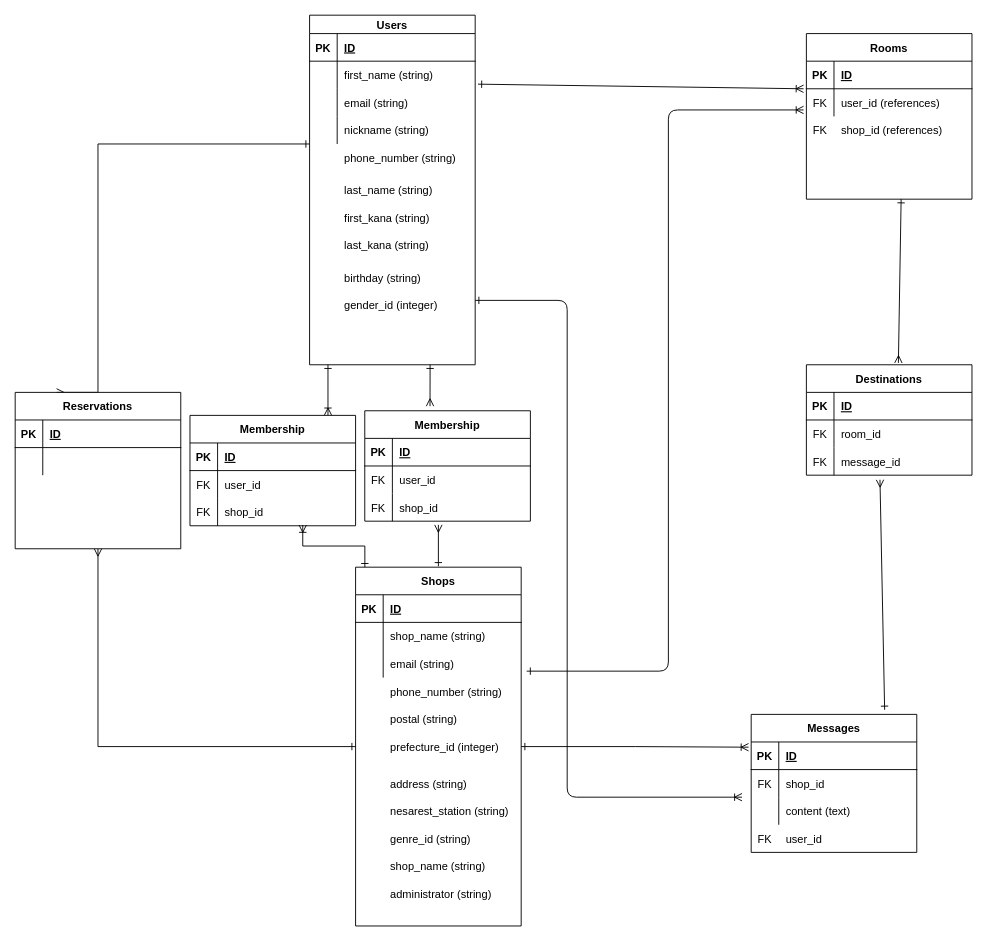
Earlier version of the draw.io diagram ikitsuke.dio (taip315/aketate). Source tidied: cells renumbered, new cells numbered last; positions are measured from the earlier drawing's top-left corner, leaving out a move shared by most shapes. Both pictures are drawn from the tidied source at 92%, with x=0, y=0 at pixel (15, 15).
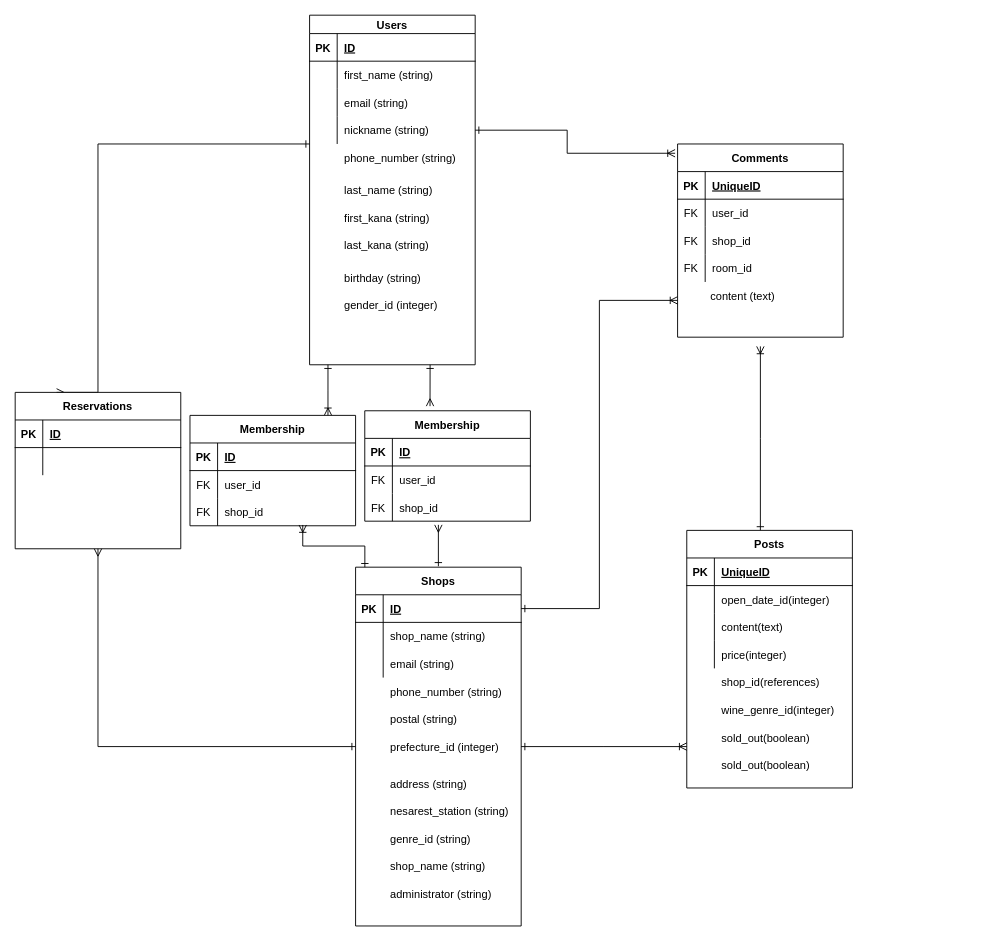
The same diagram, later.

The change refers to these unchanged cells:
```xml
<mxCell id="22" value="Shops" style="shape=table;startSize=30;childLayout=tableLayout;rowLines=0;fontStyle=1;align=center;" parent="1" vertex="1">
  <mxGeometry x="370" y="600" width="180" height="390" as="geometry" />
</mxCell>
<mxCell id="23" style="shape=partialRectangle;fillColor=none;top=0;left=0;bottom=1;right=0;points=[[0,0.5],[1,0.5]];portConstraint=eastwest;" parent="22" vertex="1">
  <mxGeometry y="30" width="180" height="30" as="geometry" />
</mxCell>
<mxCell id="29" style="shape=partialRectangle;fillColor=none;top=0;left=0;bottom=0;right=0;points=[[0,0.5],[1,0.5]];portConstraint=eastwest;" parent="22" vertex="1">
  <mxGeometry y="90" width="180" height="30" as="geometry" />
</mxCell>
<mxCell id="42" style="shape=partialRectangle;fillColor=none;top=0;left=0;bottom=0;right=0;points=[[0,0.5],[1,0.5]];portConstraint=eastwest;" parent="35" vertex="1">
  <mxGeometry y="80" width="180" height="30" as="geometry" />
</mxCell>
<mxCell id="45" style="shape=partialRectangle;fillColor=none;top=0;left=0;bottom=0;right=0;points=[[0,0.5],[1,0.5]];portConstraint=eastwest;" parent="35" vertex="1">
  <mxGeometry y="110" width="180" height="30" as="geometry" />
</mxCell>
```

Diff of the diagram source:
```diff
@@
-    <mxCell id="2" value="Rooms" style="shape=table;startSize=30;childLayout=tableLayout;rowLines=0;fontStyle=1;align=center;" parent="1" vertex="1">
-      <mxGeometry x="860" y="20" width="180" height="180" as="geometry" />
-    </mxCell>
-    <mxCell id="3" style="shape=partialRectangle;fillColor=none;top=0;left=0;bottom=1;right=0;" parent="2" vertex="1">
-      <mxGeometry y="30" width="180" height="30" as="geometry" />
-    </mxCell>
-    <mxCell id="4" value="PK" style="shape=partialRectangle;fillColor=none;top=0;left=0;bottom=0;right=0;fontStyle=1;overflow=hidden;" parent="3" vertex="1">
-      <mxGeometry width="30" height="30" as="geometry" />
-    </mxCell>
-    <mxCell id="5" value="ID" style="shape=partialRectangle;fillColor=none;top=0;left=0;bottom=0;right=0;align=left;spacingLeft=6;fontStyle=5;overflow=hidden;" parent="3" vertex="1">
-      <mxGeometry x="30" width="150" height="30" as="geometry" />
-    </mxCell>
-    <mxCell id="6" style="shape=partialRectangle;fillColor=none;top=0;left=0;bottom=0;right=0;points=[[0,0.5],[1,0.5]];portConstraint=eastwest;" parent="2" vertex="1">
-      <mxGeometry y="60" width="180" height="30" as="geometry" />
-    </mxCell>
-    <mxCell id="7" value="FK" style="shape=partialRectangle;fillColor=none;top=0;left=0;bottom=0;right=0;overflow=hidden;" parent="6" vertex="1">
-      <mxGeometry width="30" height="30" as="geometry" />
-    </mxCell>
-    <mxCell id="8" value="user_id (references)" style="shape=partialRectangle;fillColor=none;top=0;left=0;bottom=0;right=0;align=left;spacingLeft=6;overflow=hidden;" parent="6" vertex="1">
-      <mxGeometry x="30" width="150" height="30" as="geometry" />
-    </mxCell>
@@
-    <mxCell id="21" style="edgeStyle=elbowEdgeStyle;rounded=0;jettySize=auto;html=1;entryX=-0.016;entryY=0.189;entryDx=0;entryDy=0;entryPerimeter=0;endArrow=ERoneToMany;endFill=0;startArrow=ERone;startFill=0;" parent="1" edge="1" source="22" target="49">
-      <mxGeometry relative="1" as="geometry" />
-    </mxCell>
+    <mxCell id="110" style="edgeStyle=elbowEdgeStyle;rounded=0;jettySize=auto;html=1;startArrow=ERone;startFill=0;endArrow=ERoneToMany;endFill=0;" parent="1" edge="1" source="22">
+      <mxGeometry relative="1" as="geometry">
+        <mxPoint x="730" y="795" as="targetPoint" />
+      </mxGeometry>
+    </mxCell>
@@
-    <mxCell id="48" value="Messages" style="shape=table;startSize=30;childLayout=tableLayout;rowLines=0;fontStyle=1;align=center;" parent="1" vertex="1">
-      <mxGeometry x="800" y="760" width="180" height="150" as="geometry" />
-    </mxCell>
-    <mxCell id="49" style="shape=partialRectangle;fillColor=none;top=0;left=0;bottom=1;right=0;points=[[0,0.5],[1,0.5]];portConstraint=eastwest;" parent="48" vertex="1">
-      <mxGeometry y="30" width="180" height="30" as="geometry" />
-    </mxCell>
-    <mxCell id="50" value="PK" style="shape=partialRectangle;fillColor=none;top=0;left=0;bottom=0;right=0;fontStyle=1;overflow=hidden;" parent="49" vertex="1">
-      <mxGeometry width="30" height="30" as="geometry" />
-    </mxCell>
-    <mxCell id="51" value="ID" style="shape=partialRectangle;fillColor=none;top=0;left=0;bottom=0;right=0;align=left;spacingLeft=6;fontStyle=5;overflow=hidden;" parent="49" vertex="1">
-      <mxGeometry x="30" width="150" height="30" as="geometry" />
-    </mxCell>
-    <mxCell id="52" style="shape=partialRectangle;fillColor=none;top=0;left=0;bottom=0;right=0;" parent="48" vertex="1">
-      <mxGeometry y="60" width="180" height="30" as="geometry" />
-    </mxCell>
-    <mxCell id="53" value="FK" style="shape=partialRectangle;fillColor=none;top=0;left=0;bottom=0;right=0;overflow=hidden;" parent="52" vertex="1">
-      <mxGeometry width="30" height="30" as="geometry" />
-    </mxCell>
-    <mxCell id="54" value="shop_id" style="shape=partialRectangle;fillColor=none;top=0;left=0;bottom=0;right=0;align=left;spacingLeft=6;overflow=hidden;" parent="52" vertex="1">
-      <mxGeometry x="30" width="150" height="30" as="geometry" />
-    </mxCell>
-    <mxCell id="55" style="shape=partialRectangle;fillColor=none;top=0;left=0;bottom=0;right=0;" parent="48" vertex="1">
-      <mxGeometry y="90" width="180" height="30" as="geometry" />
-    </mxCell>
-    <mxCell id="56" style="shape=partialRectangle;fillColor=none;top=0;left=0;bottom=0;right=0;overflow=hidden;" parent="55" vertex="1">
-      <mxGeometry width="30" height="30" as="geometry" />
-    </mxCell>
-    <mxCell id="57" value="content (text)" style="shape=partialRectangle;fillColor=none;top=0;left=0;bottom=0;right=0;align=left;spacingLeft=6;overflow=hidden;" parent="55" vertex="1">
-      <mxGeometry x="30" width="150" height="30" as="geometry" />
-    </mxCell>
-    <mxCell id="58" value="Destinations" style="shape=table;startSize=30;childLayout=tableLayout;rowLines=0;fontStyle=1;align=center;" parent="1" vertex="1">
-      <mxGeometry x="860" y="380" width="180" height="120" as="geometry" />
-    </mxCell>
-    <mxCell id="59" style="shape=partialRectangle;fillColor=none;top=0;left=0;bottom=1;right=0;" parent="58" vertex="1">
-      <mxGeometry y="30" width="180" height="30" as="geometry" />
-    </mxCell>
-    <mxCell id="60" value="PK" style="shape=partialRectangle;fillColor=none;top=0;left=0;bottom=0;right=0;fontStyle=1;overflow=hidden;" parent="59" vertex="1">
-      <mxGeometry width="30" height="30" as="geometry" />
-    </mxCell>
-    <mxCell id="61" value="ID" style="shape=partialRectangle;fillColor=none;top=0;left=0;bottom=0;right=0;align=left;spacingLeft=6;fontStyle=5;overflow=hidden;" parent="59" vertex="1">
-      <mxGeometry x="30" width="150" height="30" as="geometry" />
-    </mxCell>
-    <mxCell id="62" style="shape=partialRectangle;fillColor=none;top=0;left=0;bottom=0;right=0;" parent="58" vertex="1">
-      <mxGeometry y="60" width="180" height="30" as="geometry" />
-    </mxCell>
-    <mxCell id="63" value="FK" style="shape=partialRectangle;fillColor=none;top=0;left=0;bottom=0;right=0;overflow=hidden;" parent="62" vertex="1">
-      <mxGeometry width="30" height="30" as="geometry" />
-    </mxCell>
-    <mxCell id="64" value="room_id" style="shape=partialRectangle;fillColor=none;top=0;left=0;bottom=0;right=0;align=left;spacingLeft=6;overflow=hidden;" parent="62" vertex="1">
-      <mxGeometry x="30" width="150" height="30" as="geometry" />
-    </mxCell>
-    <mxCell id="65" style="shape=partialRectangle;fillColor=none;top=0;left=0;bottom=0;right=0;" parent="58" vertex="1">
-      <mxGeometry y="90" width="180" height="30" as="geometry" />
-    </mxCell>
-    <mxCell id="66" value="FK" style="shape=partialRectangle;fillColor=none;top=0;left=0;bottom=0;right=0;overflow=hidden;" parent="65" vertex="1">
-      <mxGeometry width="30" height="30" as="geometry" />
-    </mxCell>
-    <mxCell id="67" value="message_id" style="shape=partialRectangle;fillColor=none;top=0;left=0;bottom=0;right=0;align=left;spacingLeft=6;overflow=hidden;" parent="65" vertex="1">
-      <mxGeometry x="30" width="150" height="30" as="geometry" />
-    </mxCell>
-    <mxCell id="68" style="fontSize=12;html=1;endArrow=ERoneToMany;entryX=-0.017;entryY=0;entryDx=0;entryDy=0;entryPerimeter=0;startArrow=ERone;startFill=0;exitX=1.017;exitY=-0.167;exitDx=0;exitDy=0;exitPerimeter=0;" parent="1" edge="1" source="42" target="6">
-      <mxGeometry relative="1" as="geometry" />
-    </mxCell>
@@
-    <mxCell id="71" style="fontSize=12;html=1;endArrow=ERoneToMany;startArrow=ERone;startFill=0;exitX=1.033;exitY=0.767;exitDx=0;exitDy=0;edgeStyle=elbowEdgeStyle;exitPerimeter=0;entryX=-0.017;entryY=0.767;entryDx=0;entryDy=0;entryPerimeter=0;" parent="1" edge="1" source="29" target="6">
-      <mxGeometry relative="1" as="geometry">
-        <Array as="points">
-          <mxPoint x="710" y="250" />
-        </Array>
-      </mxGeometry>
-    </mxCell>
-    <mxCell id="72" style="edgeStyle=elbowEdgeStyle;fontSize=12;html=1;endArrow=ERoneToMany;startArrow=ERone;startFill=0;" parent="1" edge="1">
-      <mxGeometry relative="1" as="geometry">
-        <mxPoint x="500" y="310" as="sourcePoint" />
-        <mxPoint x="790" y="850" as="targetPoint" />
-        <Array as="points">
-          <mxPoint x="600" y="660" />
-        </Array>
-      </mxGeometry>
-    </mxCell>
-    <mxCell id="73" style="fontSize=12;html=1;endArrow=ERone;startArrow=ERmany;startFill=0;endFill=0;elbow=vertical;" parent="1" edge="1">
-      <mxGeometry relative="1" as="geometry">
-        <mxPoint x="960" y="378" as="sourcePoint" />
-        <mxPoint x="963" y="200" as="targetPoint" />
-      </mxGeometry>
-    </mxCell>
-    <mxCell id="74" style="fontSize=12;html=1;endArrow=ERmany;startArrow=ERone;startFill=0;endFill=0;exitX=0.806;exitY=-0.033;exitDx=0;exitDy=0;exitPerimeter=0;" parent="1" edge="1" source="48">
-      <mxGeometry relative="1" as="geometry">
-        <mxPoint x="940" y="505" as="targetPoint" />
-      </mxGeometry>
-    </mxCell>
@@
-    <mxCell id="94" value="user_id" style="shape=partialRectangle;fillColor=none;top=0;left=0;bottom=0;right=0;align=left;spacingLeft=6;overflow=hidden;" parent="1" vertex="1">
-      <mxGeometry x="830" y="880" width="150" height="30" as="geometry" />
-    </mxCell>
-    <mxCell id="95" value="FK" style="shape=partialRectangle;fillColor=none;top=0;left=0;bottom=0;right=0;overflow=hidden;" parent="1" vertex="1">
-      <mxGeometry x="800" y="880" width="30" height="30" as="geometry" />
-    </mxCell>
-    <mxCell id="96" value="shop_id (references)" style="shape=partialRectangle;fillColor=none;top=0;left=0;bottom=0;right=0;align=left;spacingLeft=6;overflow=hidden;" parent="1" vertex="1">
-      <mxGeometry x="890" y="110" width="150" height="30" as="geometry" />
-    </mxCell>
-    <mxCell id="97" value="FK" style="shape=partialRectangle;fillColor=none;top=0;left=0;bottom=0;right=0;overflow=hidden;" parent="1" vertex="1">
-      <mxGeometry x="860" y="110" width="30" height="30" as="geometry" />
-    </mxCell>
@@
+    <mxCell id="111" style="edgeStyle=elbowEdgeStyle;rounded=0;jettySize=auto;html=1;startArrow=ERone;startFill=0;endArrow=ERoneToMany;endFill=0;" parent="1" edge="1" source="112">
+      <mxGeometry relative="1" as="geometry">
+        <mxPoint x="810" y="360" as="targetPoint" />
+      </mxGeometry>
+    </mxCell>
+    <mxCell id="112" value="Posts" style="shape=table;startSize=30;childLayout=tableLayout;rowLines=0;fontStyle=1;align=center;" parent="1" vertex="1">
+      <mxGeometry x="730" y="560" width="180" height="280" as="geometry" />
+    </mxCell>
+    <mxCell id="113" style="shape=partialRectangle;fillColor=none;top=0;left=0;bottom=1;right=0;" parent="112" vertex="1">
+      <mxGeometry y="30" width="180" height="30" as="geometry" />
+    </mxCell>
+    <mxCell id="114" value="PK" style="shape=partialRectangle;fillColor=none;top=0;left=0;bottom=0;right=0;fontStyle=1;overflow=hidden;" parent="113" vertex="1">
+      <mxGeometry width="30" height="30" as="geometry" />
+    </mxCell>
+    <mxCell id="115" value="UniqueID" style="shape=partialRectangle;fillColor=none;top=0;left=0;bottom=0;right=0;align=left;spacingLeft=6;fontStyle=5;overflow=hidden;" parent="113" vertex="1">
+      <mxGeometry x="30" width="150" height="30" as="geometry" />
+    </mxCell>
+    <mxCell id="116" style="shape=partialRectangle;fillColor=none;top=0;left=0;bottom=0;right=0;" parent="112" vertex="1">
+      <mxGeometry y="60" width="180" height="30" as="geometry" />
+    </mxCell>
+    <mxCell id="117" style="shape=partialRectangle;fillColor=none;top=0;left=0;bottom=0;right=0;overflow=hidden;" parent="116" vertex="1">
+      <mxGeometry width="30" height="30" as="geometry" />
+    </mxCell>
+    <mxCell id="118" value="open_date_id(integer)" style="shape=partialRectangle;fillColor=none;top=0;left=0;bottom=0;right=0;align=left;spacingLeft=6;overflow=hidden;" parent="116" vertex="1">
+      <mxGeometry x="30" width="150" height="30" as="geometry" />
+    </mxCell>
+    <mxCell id="119" style="shape=partialRectangle;fillColor=none;top=0;left=0;bottom=0;right=0;" parent="112" vertex="1">
+      <mxGeometry y="90" width="180" height="30" as="geometry" />
+    </mxCell>
+    <mxCell id="120" style="shape=partialRectangle;fillColor=none;top=0;left=0;bottom=0;right=0;overflow=hidden;" parent="119" vertex="1">
+      <mxGeometry width="30" height="30" as="geometry" />
+    </mxCell>
+    <mxCell id="121" value="content(text)" style="shape=partialRectangle;fillColor=none;top=0;left=0;bottom=0;right=0;align=left;spacingLeft=6;overflow=hidden;" parent="119" vertex="1">
+      <mxGeometry x="30" width="150" height="30" as="geometry" />
+    </mxCell>
+    <mxCell id="122" style="shape=partialRectangle;fillColor=none;top=0;left=0;bottom=0;right=0;" parent="112" vertex="1">
+      <mxGeometry y="120" width="180" height="30" as="geometry" />
+    </mxCell>
+    <mxCell id="123" style="shape=partialRectangle;fillColor=none;top=0;left=0;bottom=0;right=0;overflow=hidden;" parent="122" vertex="1">
+      <mxGeometry width="30" height="30" as="geometry" />
+    </mxCell>
+    <mxCell id="124" value="price(integer)" style="shape=partialRectangle;fillColor=none;top=0;left=0;bottom=0;right=0;align=left;spacingLeft=6;overflow=hidden;" parent="122" vertex="1">
+      <mxGeometry x="30" width="150" height="30" as="geometry" />
+    </mxCell>
+    <mxCell id="125" value="shop_id(references)" style="shape=partialRectangle;fillColor=none;top=0;left=0;bottom=0;right=0;align=left;spacingLeft=6;overflow=hidden;" parent="1" vertex="1">
+      <mxGeometry x="760" y="710" width="150" height="30" as="geometry" />
+    </mxCell>
+    <mxCell id="126" value="wine_genre_id(integer)" style="shape=partialRectangle;fillColor=none;top=0;left=0;bottom=0;right=0;align=left;spacingLeft=6;overflow=hidden;" parent="1" vertex="1">
+      <mxGeometry x="760" y="740" width="150" height="30" as="geometry" />
+    </mxCell>
+    <mxCell id="127" value="sold_out(boolean)" style="shape=partialRectangle;fillColor=none;top=0;left=0;bottom=0;right=0;align=left;spacingLeft=6;overflow=hidden;" parent="1" vertex="1">
+      <mxGeometry x="760" y="770" width="150" height="30" as="geometry" />
+    </mxCell>
+    <mxCell id="128" value="Comments" style="shape=table;startSize=30;childLayout=tableLayout;rowLines=0;fontStyle=1;align=center;" parent="1" vertex="1">
+      <mxGeometry x="720" y="140" width="180" height="210" as="geometry" />
+    </mxCell>
+    <mxCell id="129" style="shape=partialRectangle;fillColor=none;top=0;left=0;bottom=1;right=0;" parent="128" vertex="1">
+      <mxGeometry y="30" width="180" height="30" as="geometry" />
+    </mxCell>
+    <mxCell id="130" value="PK" style="shape=partialRectangle;fillColor=none;top=0;left=0;bottom=0;right=0;fontStyle=1;overflow=hidden;" parent="129" vertex="1">
+      <mxGeometry width="30" height="30" as="geometry" />
+    </mxCell>
+    <mxCell id="131" value="UniqueID" style="shape=partialRectangle;fillColor=none;top=0;left=0;bottom=0;right=0;align=left;spacingLeft=6;fontStyle=5;overflow=hidden;" parent="129" vertex="1">
+      <mxGeometry x="30" width="150" height="30" as="geometry" />
+    </mxCell>
+    <mxCell id="132" style="shape=partialRectangle;fillColor=none;top=0;left=0;bottom=0;right=0;" parent="128" vertex="1">
+      <mxGeometry y="60" width="180" height="30" as="geometry" />
+    </mxCell>
+    <mxCell id="133" value="FK" style="shape=partialRectangle;fillColor=none;top=0;left=0;bottom=0;right=0;overflow=hidden;" parent="132" vertex="1">
+      <mxGeometry width="30" height="30" as="geometry" />
+    </mxCell>
+    <mxCell id="94" value="user_id" style="shape=partialRectangle;fillColor=none;top=0;left=0;bottom=0;right=0;align=left;spacingLeft=6;overflow=hidden;" parent="132" vertex="1">
+      <mxGeometry x="30" width="150" height="30" as="geometry" />
+    </mxCell>
+    <mxCell id="134" style="shape=partialRectangle;fillColor=none;top=0;left=0;bottom=0;right=0;" parent="128" vertex="1">
+      <mxGeometry y="90" width="180" height="30" as="geometry" />
+    </mxCell>
+    <mxCell id="135" value="FK" style="shape=partialRectangle;fillColor=none;top=0;left=0;bottom=0;right=0;overflow=hidden;" parent="134" vertex="1">
+      <mxGeometry width="30" height="30" as="geometry" />
+    </mxCell>
+    <mxCell id="54" value="shop_id" style="shape=partialRectangle;fillColor=none;top=0;left=0;bottom=0;right=0;align=left;spacingLeft=6;overflow=hidden;" parent="134" vertex="1">
+      <mxGeometry x="30" width="150" height="30" as="geometry" />
+    </mxCell>
+    <mxCell id="136" style="shape=partialRectangle;fillColor=none;top=0;left=0;bottom=0;right=0;" parent="128" vertex="1">
+      <mxGeometry y="120" width="180" height="30" as="geometry" />
+    </mxCell>
+    <mxCell id="137" value="FK" style="shape=partialRectangle;fillColor=none;top=0;left=0;bottom=0;right=0;overflow=hidden;" parent="136" vertex="1">
+      <mxGeometry width="30" height="30" as="geometry" />
+    </mxCell>
+    <mxCell id="64" value="room_id" style="shape=partialRectangle;fillColor=none;top=0;left=0;bottom=0;right=0;align=left;spacingLeft=6;overflow=hidden;" parent="136" vertex="1">
+      <mxGeometry x="30" width="150" height="30" as="geometry" />
+    </mxCell>
+    <mxCell id="57" value="content (text)" style="shape=partialRectangle;fillColor=none;top=0;left=0;bottom=0;right=0;align=left;spacingLeft=6;overflow=hidden;" parent="1" vertex="1">
+      <mxGeometry x="748" y="290" width="150" height="30" as="geometry" />
+    </mxCell>
+    <mxCell id="138" style="edgeStyle=elbowEdgeStyle;rounded=0;jettySize=auto;html=1;startArrow=ERone;startFill=0;endArrow=ERoneToMany;endFill=0;entryX=-0.015;entryY=0.048;entryDx=0;entryDy=0;entryPerimeter=0;" parent="1" edge="1" source="45" target="128">
+      <mxGeometry relative="1" as="geometry">
+        <Array as="points">
+          <mxPoint x="600" y="220" />
+          <mxPoint x="660" y="190" />
+          <mxPoint x="609" y="210" />
+        </Array>
+      </mxGeometry>
+    </mxCell>
+    <mxCell id="139" style="edgeStyle=elbowEdgeStyle;rounded=0;jettySize=auto;html=1;startArrow=ERone;startFill=0;endArrow=ERoneToMany;endFill=0;" parent="1" edge="1" source="23">
+      <mxGeometry relative="1" as="geometry">
+        <mxPoint x="720" y="310" as="targetPoint" />
+      </mxGeometry>
+    </mxCell>
+    <mxCell id="140" value="sold_out(boolean)" style="shape=partialRectangle;fillColor=none;top=0;left=0;bottom=0;right=0;align=left;spacingLeft=6;overflow=hidden;" parent="1" vertex="1">
+      <mxGeometry x="760" y="800" width="150" height="30" as="geometry" />
+    </mxCell>
```
